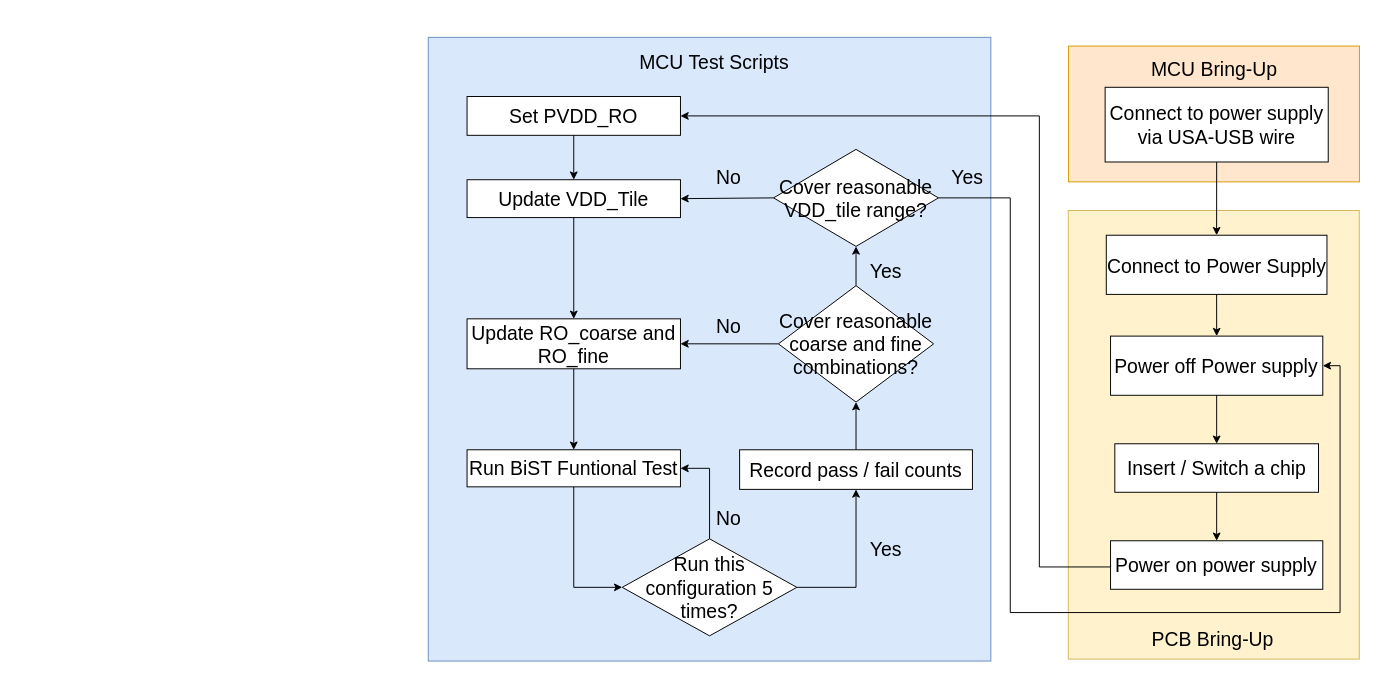
Before: page "Voltage_Frequency_Plots" (2 of 3) of lecture/images/presentation_diagrams.drawio in 1102131860/Validation_Chip_Characteristics, a draw.io diagram. Source tidied: cells renumbered, new cells numbered last; positions are measured from the earlier drawing's top-left corner, leaving out a move shared by most shapes. Both pictures are drawn from the tidied source at 97%, with x=0, y=0 at pixel (428, 37).
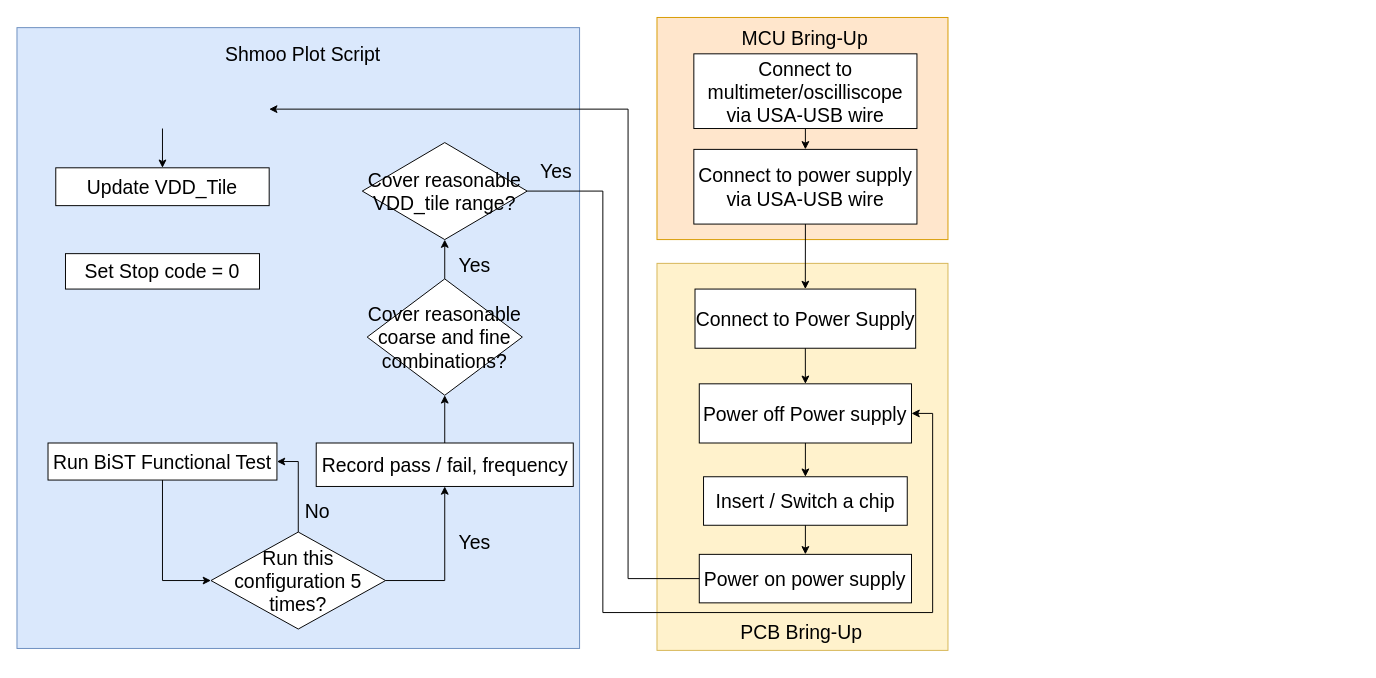
After the change.

Diff of the diagram source:
```diff
@@
     <mxCell id="2" style="rounded=0;whiteSpace=wrap;html=1;fillColor=#dae8fc;strokeColor=#6c8ebf;" parent="1" vertex="1">
-      <mxGeometry width="580" height="643" as="geometry" />
+      <mxGeometry x="-424" y="-10" width="580" height="640" as="geometry" />
     </mxCell>
     <mxCell id="3" style="rounded=0;whiteSpace=wrap;html=1;fillColor=#ffe6cc;strokeColor=#d79b00;" parent="1" vertex="1">
-      <mxGeometry x="660" y="9" width="300" height="140" as="geometry" />
+      <mxGeometry x="235.8" y="-20.5" width="300" height="229" as="geometry" />
     </mxCell>
-    <mxCell id="4" value="&lt;font style=&quot;font-size: 20px;&quot;&gt;Run BiST Funtional Test&lt;/font&gt;" style="rounded=0;whiteSpace=wrap;html=1;" parent="1" vertex="1">
-      <mxGeometry x="40" y="425.2" width="220" height="38.2" as="geometry" />
+    <mxCell id="4" value="&lt;font style=&quot;font-size: 20px;&quot;&gt;Run BiST Functional Test&lt;/font&gt;" style="rounded=0;whiteSpace=wrap;html=1;" parent="1" vertex="1">
+      <mxGeometry x="-392" y="418.2" width="236" height="38.2" as="geometry" />
     </mxCell>
-    <mxCell id="5" value="&lt;font style=&quot;font-size: 20px;&quot;&gt;Update RO_coarse and RO_fine&lt;br&gt;&lt;/font&gt;" style="rounded=0;whiteSpace=wrap;html=1;" parent="1" vertex="1">
-      <mxGeometry x="40" y="290.2" width="220" height="51.5" as="geometry" />
-    </mxCell>
     <mxCell id="6" value="&lt;font style=&quot;font-size: 20px;&quot;&gt;Cover reasonable coarse and fine combinations?&lt;/font&gt;" style="rhombus;whiteSpace=wrap;html=1;" parent="1" vertex="1">
-      <mxGeometry x="361" y="256" width="160" height="120" as="geometry" />
+      <mxGeometry x="-63" y="249" width="160" height="120" as="geometry" />
     </mxCell>
     <mxCell id="7" value="&lt;font style=&quot;font-size: 20px;&quot;&gt;Cover reasonable VDD_tile range?&lt;/font&gt;" style="rhombus;whiteSpace=wrap;html=1;" parent="1" vertex="1">
-      <mxGeometry x="356" y="115.5" width="170" height="100" as="geometry" />
+      <mxGeometry x="-68" y="108.5" width="170" height="100" as="geometry" />
     </mxCell>
     <mxCell id="8" value="&lt;font style=&quot;font-size: 20px;&quot;&gt;Update VDD_Tile&lt;/font&gt;" style="rounded=0;whiteSpace=wrap;html=1;" parent="1" vertex="1">
-      <mxGeometry x="40" y="146.8" width="220" height="39" as="geometry" />
+      <mxGeometry x="-384" y="134.5" width="220" height="39" as="geometry" />
     </mxCell>
     <mxCell id="9" value="&lt;font style=&quot;font-size: 20px;&quot;&gt;Run this configuration 5 times?&lt;/font&gt;" style="rhombus;whiteSpace=wrap;html=1;" parent="1" vertex="1">
-      <mxGeometry x="200" y="517" width="180" height="100" as="geometry" />
+      <mxGeometry x="-224" y="510" width="180" height="100" as="geometry" />
     </mxCell>
-    <mxCell id="10" value="&lt;font style=&quot;font-size: 20px;&quot;&gt;Record pass / fail counts&lt;/font&gt;" style="rounded=0;whiteSpace=wrap;html=1;" parent="1" vertex="1">
-      <mxGeometry x="321" y="425.2" width="240" height="40.8" as="geometry" />
+    <mxCell id="10" value="&lt;font style=&quot;font-size: 20px;&quot;&gt;Record pass / fail, frequency&lt;/font&gt;" style="rounded=0;whiteSpace=wrap;html=1;" parent="1" vertex="1">
+      <mxGeometry x="-115.5" y="418.2" width="265" height="44.8" as="geometry" />
     </mxCell>
-    <mxCell id="11" value="&lt;font style=&quot;font-size: 20px;&quot;&gt;Set PVDD_RO&lt;/font&gt;" style="rounded=0;whiteSpace=wrap;html=1;" parent="1" vertex="1">
-      <mxGeometry x="40" y="61" width="220" height="40" as="geometry" />
-    </mxCell>
     <mxCell id="12" style="rounded=0;whiteSpace=wrap;html=1;fillColor=#fff2cc;strokeColor=#d6b656;" parent="1" vertex="1">
-      <mxGeometry x="659.8" y="178.5" width="300" height="462.5" as="geometry" />
+      <mxGeometry x="235.8" y="233" width="300" height="399" as="geometry" />
     </mxCell>
     <mxCell id="13" value="&lt;font style=&quot;font-size: 20px;&quot;&gt;PCB Bring-Up&lt;/font&gt;" style="text;html=1;whiteSpace=wrap;strokeColor=none;fillColor=none;align=center;verticalAlign=middle;rounded=0;" parent="1" vertex="1">
-      <mxGeometry x="744" y="599" width="130" height="42" as="geometry" />
+      <mxGeometry x="320" y="592" width="130" height="42" as="geometry" />
     </mxCell>
     <mxCell id="14" value="&lt;font style=&quot;font-size: 20px;&quot;&gt;Insert / Switch a chip&lt;/font&gt;" style="rounded=0;whiteSpace=wrap;html=1;" parent="1" vertex="1">
-      <mxGeometry x="707.8" y="419" width="210" height="50" as="geometry" />
+      <mxGeometry x="283.8" y="453" width="210" height="50" as="geometry" />
     </mxCell>
     <mxCell id="15" value="&lt;font style=&quot;font-size: 20px;&quot;&gt;Connect to Power Supply&lt;/font&gt;" style="rounded=0;whiteSpace=wrap;html=1;" parent="1" vertex="1">
-      <mxGeometry x="699" y="204" width="227.5" height="61" as="geometry" />
+      <mxGeometry x="275" y="259.5" width="227.5" height="61" as="geometry" />
     </mxCell>
     <mxCell id="16" value="&lt;font style=&quot;font-size: 20px;&quot;&gt;Power on power supply&lt;/font&gt;" style="rounded=0;whiteSpace=wrap;html=1;" parent="1" vertex="1">
-      <mxGeometry x="703.4" y="519" width="218.8" height="50" as="geometry" />
+      <mxGeometry x="279.4" y="533" width="218.8" height="50" as="geometry" />
     </mxCell>
     <mxCell id="17" value="&lt;font style=&quot;font-size: 20px;&quot;&gt;Connect to power supply via&amp;nbsp;&lt;/font&gt;&lt;span style=&quot;font-size: 20px;&quot;&gt;USA-USB wire&lt;/span&gt;" style="rounded=0;whiteSpace=wrap;html=1;" parent="1" vertex="1">
-      <mxGeometry x="697.8" y="51.5" width="230" height="77" as="geometry" />
+      <mxGeometry x="273.8" y="115.5" width="230" height="77" as="geometry" />
     </mxCell>
     <mxCell id="18" value="&lt;span&gt;Power off Power supply&lt;/span&gt;" style="rounded=0;whiteSpace=wrap;html=1;fontSize=20;" parent="1" vertex="1">
-      <mxGeometry x="703.4" y="308" width="218.8" height="61" as="geometry" />
+      <mxGeometry x="279.4" y="357.2" width="218.8" height="61" as="geometry" />
     </mxCell>
-    <mxCell id="19" style="endArrow=classic;html=1;rounded=0;entryX=0.5;entryY=0;entryDx=0;entryDy=0;exitX=0.5;exitY=1;exitDx=0;exitDy=0;" parent="1" edge="1" source="11" target="8">
-      <mxGeometry relative="1" as="geometry" />
+    <mxCell id="19" style="endArrow=classic;html=1;rounded=0;entryX=0.5;entryY=0;entryDx=0;entryDy=0;exitX=0.5;exitY=1;exitDx=0;exitDy=0;" parent="1" edge="1" target="8">
+      <mxGeometry relative="1" as="geometry">
+        <mxPoint x="-274" y="94" as="sourcePoint" />
+      </mxGeometry>
     </mxCell>
-    <mxCell id="20" style="endArrow=classic;html=1;rounded=0;exitX=0.5;exitY=1;exitDx=0;exitDy=0;entryX=0.5;entryY=0;entryDx=0;entryDy=0;" parent="1" edge="1" source="8" target="5">
-      <mxGeometry relative="1" as="geometry" />
-    </mxCell>
-    <mxCell id="21" style="endArrow=classic;html=1;rounded=0;exitX=0.5;exitY=1;exitDx=0;exitDy=0;entryX=0.5;entryY=0;entryDx=0;entryDy=0;" parent="1" edge="1" source="5" target="4">
-      <mxGeometry relative="1" as="geometry" />
-    </mxCell>
@@
-    <mxCell id="25" style="endArrow=classic;html=1;rounded=0;entryX=0.5;entryY=1;entryDx=0;entryDy=0;exitX=0.5;exitY=0;exitDx=0;exitDy=0;" parent="1" edge="1" target="6">
-      <mxGeometry relative="1" as="geometry">
-        <mxPoint x="441" y="425.2" as="sourcePoint" />
-      </mxGeometry>
+    <mxCell id="25" style="endArrow=classic;html=1;rounded=0;entryX=0.5;entryY=1;entryDx=0;entryDy=0;exitX=0.5;exitY=0;exitDx=0;exitDy=0;" parent="1" edge="1" source="10" target="6">
+      <mxGeometry relative="1" as="geometry" />
     </mxCell>
@@
-    <mxCell id="27" style="endArrow=classic;html=1;rounded=0;entryX=1;entryY=0.5;entryDx=0;entryDy=0;exitX=0;exitY=0.5;exitDx=0;exitDy=0;" parent="1" edge="1" source="6" target="5">
-      <mxGeometry relative="1" as="geometry" />
-    </mxCell>
-    <mxCell id="28" style="endArrow=classic;html=1;rounded=0;entryX=1;entryY=0.5;entryDx=0;entryDy=0;exitX=0;exitY=0.5;exitDx=0;exitDy=0;" parent="1" edge="1" source="7" target="8">
-      <mxGeometry relative="1" as="geometry" />
-    </mxCell>
     <mxCell id="29" value="&lt;font style=&quot;font-size: 20px;&quot;&gt;MCU Bring-Up&lt;/font&gt;" style="text;html=1;whiteSpace=wrap;strokeColor=none;fillColor=none;align=center;verticalAlign=middle;rounded=0;" parent="1" vertex="1">
-      <mxGeometry x="735.5" y="11.5" width="149" height="40" as="geometry" />
+      <mxGeometry x="314.2" y="-20" width="149" height="40" as="geometry" />
     </mxCell>
-    <mxCell id="30" value="&lt;font style=&quot;font-size: 20px;&quot;&gt;MCU Test Scripts&lt;/font&gt;" style="text;html=1;whiteSpace=wrap;strokeColor=none;fillColor=none;align=center;verticalAlign=middle;rounded=0;" parent="1" vertex="1">
-      <mxGeometry x="210" width="170" height="50.2" as="geometry" />
+    <mxCell id="30" value="&lt;font style=&quot;font-size: 20px;&quot;&gt;Shmoo Plot Script&lt;/font&gt;" style="text;html=1;whiteSpace=wrap;strokeColor=none;fillColor=none;align=center;verticalAlign=middle;rounded=0;" parent="1" vertex="1">
+      <mxGeometry x="-214" y="-3" width="170" height="40.2" as="geometry" />
     </mxCell>
-    <mxCell id="31" style="endArrow=classic;html=1;rounded=0;exitX=0;exitY=0.5;exitDx=0;exitDy=0;entryX=1;entryY=0.5;entryDx=0;entryDy=0;edgeStyle=orthogonalEdgeStyle;" parent="1" edge="1" source="16" target="11">
+    <mxCell id="31" style="endArrow=classic;html=1;rounded=0;exitX=0;exitY=0.5;exitDx=0;exitDy=0;entryX=1;entryY=0.5;entryDx=0;entryDy=0;edgeStyle=orthogonalEdgeStyle;" parent="1" edge="1" source="16">
       <mxGeometry relative="1" as="geometry">
+        <mxPoint x="-164" y="74" as="targetPoint" />
         <Array as="points">
-          <mxPoint x="630" y="546" />
-          <mxPoint x="630" y="81" />
+          <mxPoint x="206" y="558" />
+          <mxPoint x="206" y="74" />
         </Array>
       </mxGeometry>
     </mxCell>
@@
-    <mxCell id="35" style="endArrow=classic;html=1;rounded=0;exitX=1;exitY=0.5;exitDx=0;exitDy=0;entryX=1;entryY=0.5;entryDx=0;entryDy=0;edgeStyle=orthogonalEdgeStyle;" parent="1" edge="1" source="7" target="18">
-      <mxGeometry relative="1" as="geometry">
-        <Array as="points">
-          <mxPoint x="600" y="166" />
-          <mxPoint x="600" y="593" />
-          <mxPoint x="940" y="593" />
-          <mxPoint x="940" y="339" />
-        </Array>
-      </mxGeometry>
-    </mxCell>
     <mxCell id="36" value="&lt;font style=&quot;font-size: 20px;&quot;&gt;No&lt;/font&gt;" style="text;html=1;whiteSpace=wrap;strokeColor=none;fillColor=none;align=center;verticalAlign=middle;rounded=0;" parent="1" vertex="1">
-      <mxGeometry x="280" y="480" width="60" height="30" as="geometry" />
+      <mxGeometry x="-144" y="473" width="60" height="30" as="geometry" />
     </mxCell>
     <mxCell id="37" value="&lt;font style=&quot;font-size: 20px;&quot;&gt;Yes&lt;/font&gt;" style="text;html=1;whiteSpace=wrap;strokeColor=none;fillColor=none;align=center;verticalAlign=middle;rounded=0;" parent="1" vertex="1">
-      <mxGeometry x="444" y="513" width="56" height="27" as="geometry" />
+      <mxGeometry x="20" y="506" width="56" height="27" as="geometry" />
     </mxCell>
-    <mxCell id="38" value="&lt;font style=&quot;font-size: 20px;&quot;&gt;No&lt;/font&gt;" style="text;html=1;whiteSpace=wrap;strokeColor=none;fillColor=none;align=center;verticalAlign=middle;rounded=0;" parent="1" vertex="1">
-      <mxGeometry x="280" y="282" width="60" height="30" as="geometry" />
-    </mxCell>
     <mxCell id="39" value="&lt;font style=&quot;font-size: 20px;&quot;&gt;Yes&lt;/font&gt;" style="text;html=1;whiteSpace=wrap;strokeColor=none;fillColor=none;align=center;verticalAlign=middle;rounded=0;" parent="1" vertex="1">
-      <mxGeometry x="442" y="226" width="60" height="30" as="geometry" />
+      <mxGeometry x="18" y="219" width="60" height="30" as="geometry" />
     </mxCell>
-    <mxCell id="40" value="&lt;font style=&quot;font-size: 20px;&quot;&gt;No&lt;/font&gt;" style="text;html=1;whiteSpace=wrap;strokeColor=none;fillColor=none;align=center;verticalAlign=middle;rounded=0;" parent="1" vertex="1">
-      <mxGeometry x="280" y="128.5" width="60" height="30" as="geometry" />
-    </mxCell>
     <mxCell id="41" value="&lt;font style=&quot;font-size: 20px;&quot;&gt;Yes&lt;/font&gt;" style="text;html=1;whiteSpace=wrap;strokeColor=none;fillColor=none;align=center;verticalAlign=middle;rounded=0;" parent="1" vertex="1">
-      <mxGeometry x="526" y="128.5" width="60" height="30" as="geometry" />
+      <mxGeometry x="102" y="121.5" width="60" height="30" as="geometry" />
     </mxCell>
@@
+    <mxCell id="43" value="&lt;font style=&quot;font-size: 20px;&quot;&gt;Connect to multimeter/oscilliscope via&amp;nbsp;&lt;/font&gt;&lt;span style=&quot;font-size: 20px;&quot;&gt;USA-USB wire&lt;/span&gt;" style="rounded=0;whiteSpace=wrap;html=1;" parent="1" vertex="1">
+      <mxGeometry x="273.8" y="17" width="230" height="77" as="geometry" />
+    </mxCell>
+    <mxCell id="35" style="endArrow=classic;html=1;rounded=0;exitX=1;exitY=0.5;exitDx=0;exitDy=0;entryX=1;entryY=0.5;entryDx=0;entryDy=0;edgeStyle=orthogonalEdgeStyle;" parent="1" edge="1" source="7" target="18">
+      <mxGeometry relative="1" as="geometry">
+        <Array as="points">
+          <mxPoint x="180" y="159" />
+          <mxPoint x="180" y="593" />
+          <mxPoint x="520" y="593" />
+          <mxPoint x="520" y="388" />
+        </Array>
+      </mxGeometry>
+    </mxCell>
+    <mxCell id="44" style="endArrow=classic;html=1;rounded=0;exitX=0.5;exitY=1;exitDx=0;exitDy=0;entryX=0.5;entryY=0;entryDx=0;entryDy=0;" parent="1" edge="1" source="43" target="17">
+      <mxGeometry relative="1" as="geometry" />
+    </mxCell>
+    <mxCell id="45" value="&lt;font style=&quot;font-size: 20px;&quot;&gt;Set Stop code = 0&lt;/font&gt;" style="rounded=0;whiteSpace=wrap;html=1;" parent="1" vertex="1">
+      <mxGeometry x="-374" y="223" width="200" height="36.5" as="geometry" />
+    </mxCell>
```
